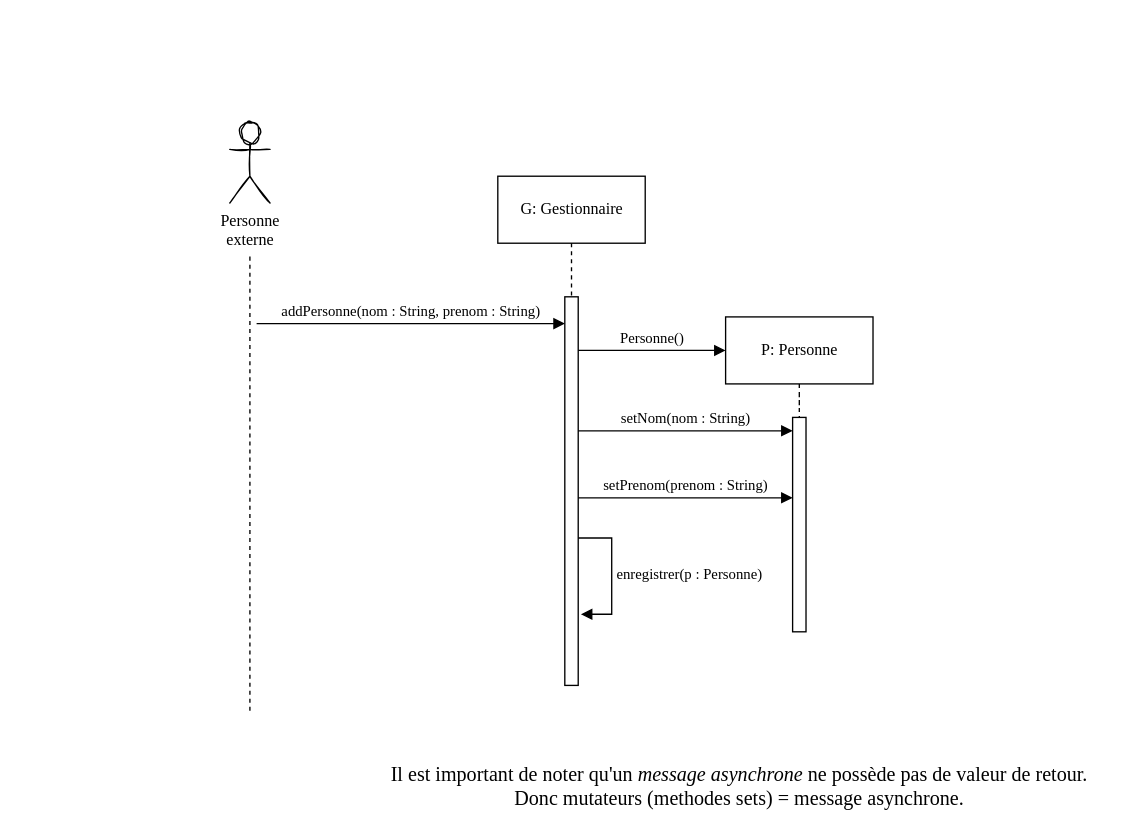
Before: page "Exo2" (2 of 11) of DM3.drawio in adambdj/uml, a draw.io diagram. Source tidied: cells renumbered, new cells numbered last; positions are measured from the earlier drawing's top-left corner, leaving out a move shared by most shapes. Both pictures are drawn from the tidied source at 134%, with x=0, y=0 at pixel (229, 122).
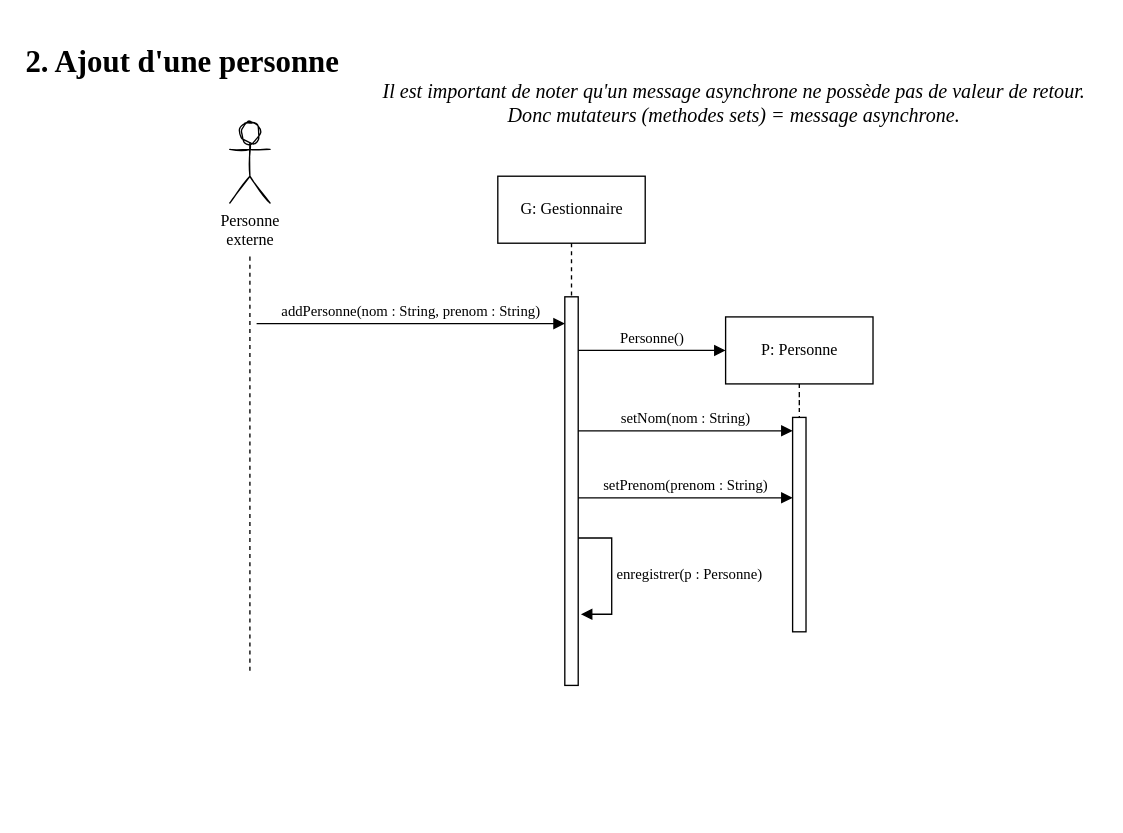
The same page after the edit.

The edit, as a diff of the source:
```diff
@@
-    <mxCell id="13" value="&lt;div style=&quot;font-size: 15px&quot;&gt;&lt;font style=&quot;font-size: 15px&quot;&gt;&lt;span class=&quot;aCOpRe&quot;&gt;&lt;span&gt;Il est important de noter qu'un &lt;em&gt;message asynchrone&lt;/em&gt; ne possède pas de valeur de retour.&lt;/span&gt;&lt;/span&gt;&lt;/font&gt;&lt;/div&gt;&lt;div style=&quot;font-size: 15px&quot;&gt;&lt;font style=&quot;font-size: 15px&quot;&gt;&lt;span class=&quot;aCOpRe&quot;&gt;&lt;span&gt;Donc mutateurs (methodes sets) = message asynchrone.&lt;br&gt;&lt;/span&gt;&lt;/span&gt;&lt;/font&gt;&lt;/div&gt;" style="text;html=1;align=center;verticalAlign=middle;fontFamily=Garamond;" parent="1" vertex="1">
-      <mxGeometry x="110" y="480" width="540" height="30" as="geometry" />
+    <mxCell id="13" value="&lt;div style=&quot;font-size: 15px&quot;&gt;&lt;i&gt;&lt;font style=&quot;font-size: 15px&quot;&gt;&lt;span class=&quot;aCOpRe&quot;&gt;&lt;span&gt;Il est important de noter qu'un &lt;em&gt;message asynchrone&lt;/em&gt; ne possède pas de valeur de retour.&lt;/span&gt;&lt;/span&gt;&lt;/font&gt;&lt;/i&gt;&lt;/div&gt;&lt;div style=&quot;font-size: 15px&quot;&gt;&lt;i&gt;&lt;font style=&quot;font-size: 15px&quot;&gt;&lt;span class=&quot;aCOpRe&quot;&gt;&lt;span&gt;Donc mutateurs (methodes sets) = message asynchrone.&lt;br&gt;&lt;/span&gt;&lt;/span&gt;&lt;/font&gt;&lt;/i&gt;&lt;/div&gt;" style="text;html=1;align=center;verticalAlign=middle;fontFamily=Garamond;" parent="1" vertex="1">
+      <mxGeometry x="106" y="-30" width="540" height="30" as="geometry" />
     </mxCell>
@@
     <mxCell id="15" style="edgeStyle=orthogonalEdgeStyle;rounded=0;orthogonalLoop=1;jettySize=auto;html=1;dashed=1;endArrow=none;endFill=0;fontFamily=Garamond;" parent="1" edge="1">
       <mxGeometry relative="1" as="geometry">
         <mxPoint x="15" y="100" as="sourcePoint" />
-        <mxPoint x="15" y="440" as="targetPoint" />
+        <mxPoint x="15" y="410" as="targetPoint" />
       </mxGeometry>
     </mxCell>
+    <mxCell id="16" value="&lt;h1 style=&quot;font-size: 23px&quot;&gt;2. Ajout d'une personne&lt;br&gt;&lt;/h1&gt;" style="text;html=1;align=left;verticalAlign=middle;fontSize=10;fontFamily=Garamond;" parent="1" vertex="1">
+      <mxGeometry x="-154" y="-70" width="250" height="50" as="geometry" />
+    </mxCell>
```
